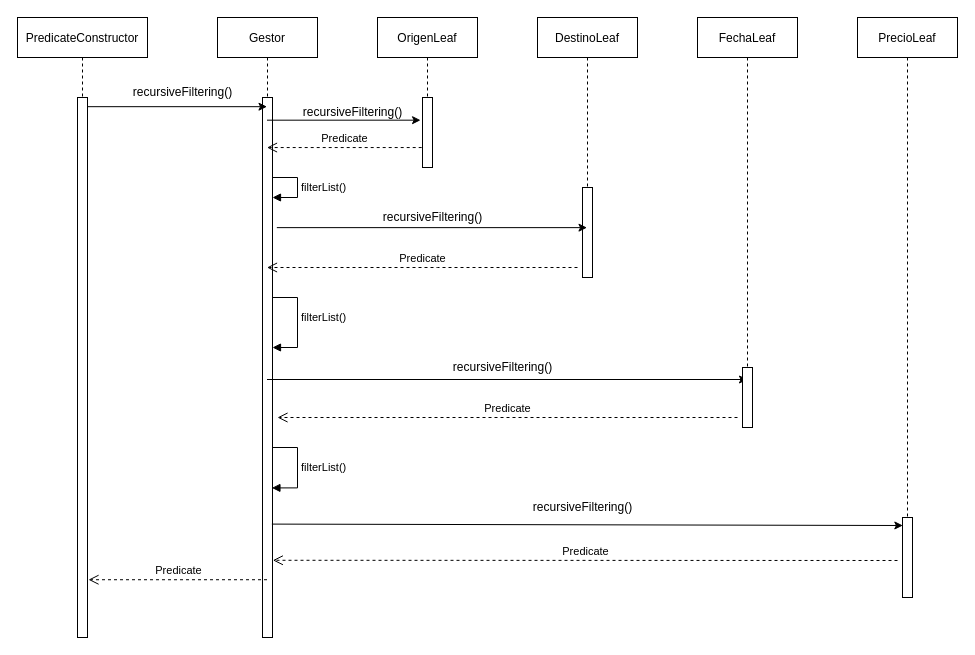
This is diagrama/Untitled Diagram.drawio from Luppass/Hack_cheatsheet, a draw.io file, before an edit. Source tidied: cells renumbered, new cells numbered last; positions are measured from the earlier drawing's top-left corner, leaving out a move shared by most shapes. Both pictures are drawn from the tidied source at 100%, with x=0, y=0 at pixel (17, 17).
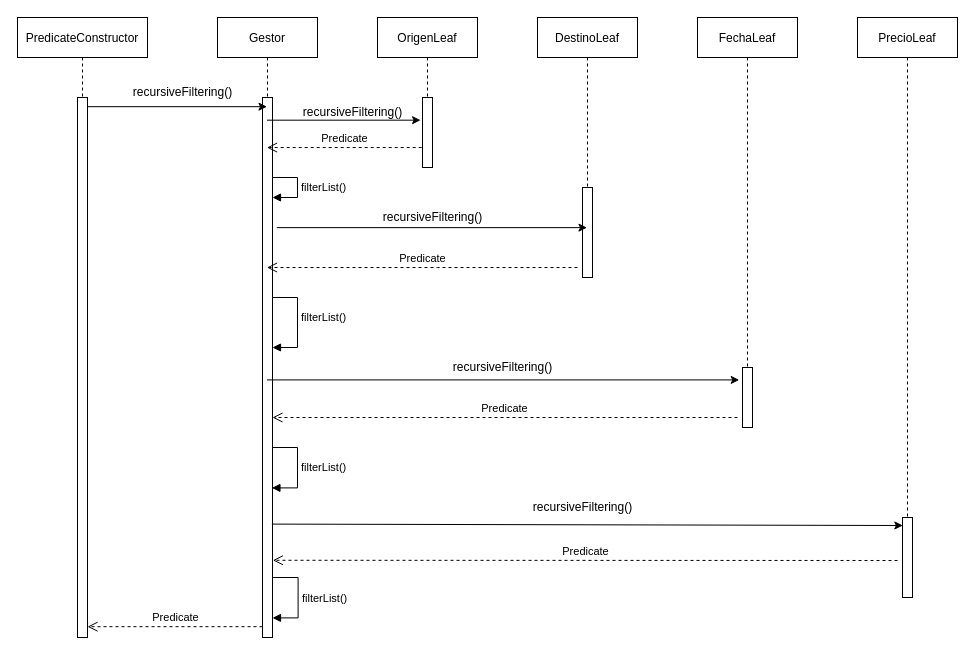
Above is the later version.

Unchanged cells that the change refers to:
```xml
<mxCell id="3" style="rounded=0;whiteSpace=wrap;html=1;" parent="2" vertex="1">
  <mxGeometry x="60" y="80" width="10" height="540" as="geometry" />
</mxCell>
<mxCell id="4" value="Gestor" style="shape=umlLifeline;perimeter=lifelinePerimeter;rounded=0;shadow=0;strokeWidth=1;" parent="1" vertex="1">
  <mxGeometry x="200" width="100" height="620" as="geometry" />
</mxCell>
<mxCell id="5" style="points=[];perimeter=orthogonalPerimeter;rounded=0;shadow=0;strokeWidth=1;" parent="4" vertex="1">
  <mxGeometry x="45" y="80" width="10" height="540" as="geometry" />
</mxCell>
<mxCell id="29" style="points=[];perimeter=orthogonalPerimeter;rounded=0;shadow=0;strokeWidth=1;" parent="1" vertex="1">
  <mxGeometry x="725" y="350" width="10" height="60" as="geometry" />
</mxCell>
```

Change to the diagram source:
```diff
@@
+    <mxCell id="32" value="filterList()" style="edgeStyle=orthogonalEdgeStyle;html=1;align=left;spacingLeft=2;endArrow=block;rounded=0;entryX=0.942;entryY=0.723;entryDx=0;entryDy=0;entryPerimeter=0;" parent="4" edge="1">
+      <mxGeometry relative="1" as="geometry">
+        <mxPoint x="55.6" y="560" as="sourcePoint" />
+        <mxPoint x="55" y="600.4" as="targetPoint" />
+        <Array as="points">
+          <mxPoint x="80.6" y="560" />
+          <mxPoint x="80.6" y="600" />
+          <mxPoint x="54.6" y="600" />
+        </Array>
+      </mxGeometry>
+    </mxCell>
@@
-    <mxCell id="17" value="Predicate" style="html=1;verticalAlign=bottom;endArrow=open;dashed=1;endSize=8;rounded=0;entryX=1.1;entryY=0.893;entryDx=0;entryDy=0;entryPerimeter=0;" parent="1" edge="1" source="4" target="3">
+    <mxCell id="17" value="Predicate" style="html=1;verticalAlign=bottom;endArrow=open;dashed=1;endSize=8;rounded=0;entryX=1.002;entryY=0.98;entryDx=0;entryDy=0;entryPerimeter=0;" parent="1" edge="1" source="5" target="3">
       <mxGeometry relative="1" as="geometry" />
     </mxCell>
@@
-    <mxCell id="23" style="endArrow=classic;html=1;rounded=0;entryX=0.5;entryY=0.2;entryDx=0;entryDy=0;entryPerimeter=0;" parent="1" edge="1" source="4" target="29">
+    <mxCell id="23" style="endArrow=classic;html=1;rounded=0;entryX=-0.328;entryY=0.207;entryDx=0;entryDy=0;entryPerimeter=0;" parent="1" edge="1" source="4" target="29">
       <mxGeometry relative="1" as="geometry" />
     </mxCell>
@@
-    <mxCell id="26" value="Predicate" style="html=1;verticalAlign=bottom;endArrow=open;dashed=1;endSize=8;rounded=0;" parent="1" edge="1">
+    <mxCell id="26" value="Predicate" style="html=1;verticalAlign=bottom;endArrow=open;dashed=1;endSize=8;rounded=0;" parent="1" edge="1" target="5">
       <mxGeometry relative="1" as="geometry">
         <mxPoint x="720" y="400" as="sourcePoint" />
-        <mxPoint x="260" y="400" as="targetPoint" />
       </mxGeometry>
     </mxCell>
```
